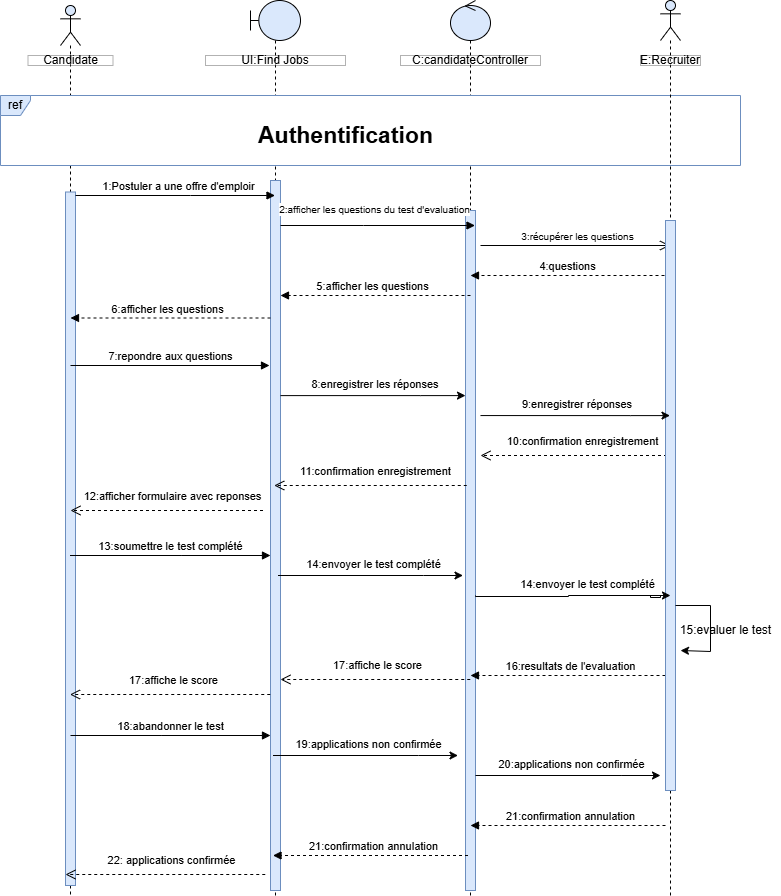
The draw.io diagram Diagramme sequence Participer à des tests dévaluation.drawio.png in chirine1/-project, before a commit. Source tidied: cells renumbered, new cells last; positions are measured from the earlier drawing's top-left corner, leaving out a move shared by most shapes.
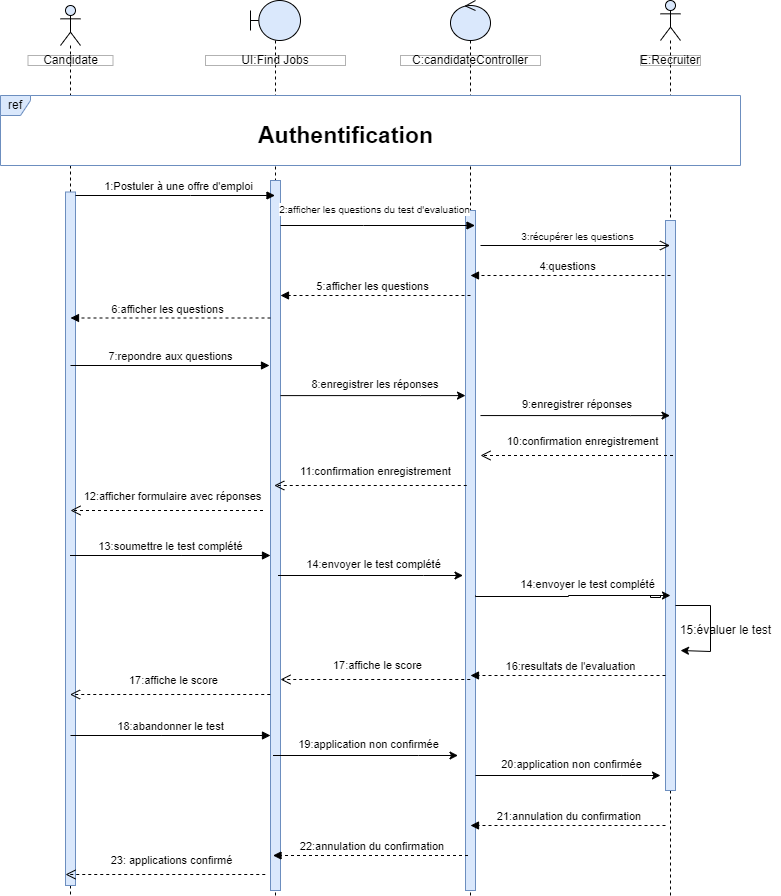
The same diagram one commit later.

Commit message:
Mettre à jour Diagramme sequence Participer à des tests dévaluation.drawio.png

What changed in the source:
```diff
@@ -2,6 +2,12 @@
   <root>
     <mxCell id="0" />
     <mxCell id="1" parent="0" />
+    <mxCell id="24" style="shape=umlLifeline;perimeter=lifelinePerimeter;whiteSpace=wrap;html=1;outlineConnect=0;portConstraint=eastwest;newEdgeStyle={&quot;curved&quot;:0,&quot;rounded&quot;:0};participant=umlActor;fillColor=#dae8fc;strokeColor=default;" parent="1" vertex="1">
+      <mxGeometry x="660" width="20" height="895" as="geometry" />
+    </mxCell>
+    <mxCell id="25" style="html=1;perimeter=orthogonalPerimeter;targetShapes=umlLifeline;newEdgeStyle={&quot;curved&quot;:0,&quot;rounded&quot;:0};fillColor=#dae8fc;strokeColor=#6c8ebf;" parent="24" vertex="1">
+      <mxGeometry x="5" y="220" width="10" height="570" as="geometry" />
+    </mxCell>
     <mxCell id="2" style="shape=umlLifeline;perimeter=lifelinePerimeter;whiteSpace=wrap;html=1;outlineConnect=0;portConstraint=eastwest;newEdgeStyle={&quot;curved&quot;:0,&quot;rounded&quot;:0};participant=umlBoundary;fillColor=#dae8fc;strokeColor=default;" parent="1" vertex="1">
       <mxGeometry x="250" width="50" height="895" as="geometry" />
     </mxCell>
@@ -26,6 +32,9 @@
         <mxPoint x="470" y="275" as="targetPoint" />
       </mxGeometry>
     </mxCell>
+    <mxCell id="13" value="ref" style="shape=umlFrame;whiteSpace=wrap;html=1;fillColor=#dae8fc;strokeColor=#6c8ebf;width=30;height=20;swimlaneFillColor=default;" parent="1" vertex="1">
+      <mxGeometry y="95" width="740" height="70" as="geometry" />
+    </mxCell>
     <mxCell id="9" value="Candidate" style="html=1;whiteSpace=wrap;opacity=30;gradientColor=none;fillColor=default;fillStyle=auto;rounded=0;" parent="1" vertex="1">
       <mxGeometry x="27.5" y="55" width="85" height="10" as="geometry" />
     </mxCell>
@@ -35,7 +44,7 @@
     <mxCell id="11" value="C:candidateController" style="html=1;whiteSpace=wrap;opacity=30;gradientColor=none;fillColor=default;fillStyle=auto;rounded=0;" parent="1" vertex="1">
       <mxGeometry x="400" y="55" width="140" height="10" as="geometry" />
     </mxCell>
-    <mxCell id="12" value="1:Postuler a une offre d'emploir" style="html=1;verticalAlign=bottom;endArrow=block;curved=0;rounded=0;" parent="1" edge="1" target="2">
+    <mxCell id="12" value="1:Postuler à une offre d'emploi" style="html=1;verticalAlign=bottom;endArrow=block;curved=0;rounded=0;" parent="1" edge="1" target="2">
       <mxGeometry x="0.03" relative="1" as="geometry">
         <mxPoint x="75" y="195" as="sourcePoint" />
         <Array as="points">
@@ -43,9 +52,6 @@
         </Array>
       </mxGeometry>
     </mxCell>
-    <mxCell id="13" value="ref" style="shape=umlFrame;whiteSpace=wrap;html=1;fillColor=#dae8fc;strokeColor=#6c8ebf;width=30;height=20;swimlaneFillColor=default;" parent="1" vertex="1">
-      <mxGeometry y="95" width="740" height="70" as="geometry" />
-    </mxCell>
     <mxCell id="14" value="&lt;font style=&quot;font-size: 10px;&quot;&gt;&lt;font style=&quot;font-size: 10px;&quot;&gt;2:&lt;/font&gt;&lt;font style=&quot;font-size: 10px;&quot;&gt;afficher les questions du test d'evaluation&lt;/font&gt;&lt;/font&gt;" style="html=1;verticalAlign=bottom;endArrow=block;curved=0;rounded=0;" parent="1" edge="1">
       <mxGeometry x="-0.03" y="7" relative="1" as="geometry">
         <mxPoint x="280" y="225" as="sourcePoint" />
@@ -117,12 +123,6 @@
         </Array>
       </mxGeometry>
     </mxCell>
-    <mxCell id="24" style="shape=umlLifeline;perimeter=lifelinePerimeter;whiteSpace=wrap;html=1;outlineConnect=0;portConstraint=eastwest;newEdgeStyle={&quot;curved&quot;:0,&quot;rounded&quot;:0};participant=umlActor;fillColor=#dae8fc;strokeColor=default;" parent="1" vertex="1">
-      <mxGeometry x="660" width="20" height="895" as="geometry" />
-    </mxCell>
-    <mxCell id="25" style="html=1;perimeter=orthogonalPerimeter;targetShapes=umlLifeline;newEdgeStyle={&quot;curved&quot;:0,&quot;rounded&quot;:0};fillColor=#dae8fc;strokeColor=#6c8ebf;" parent="24" vertex="1">
-      <mxGeometry x="5" y="220" width="10" height="570" as="geometry" />
-    </mxCell>
     <mxCell id="26" value="E:Recruiter" style="html=1;whiteSpace=wrap;opacity=30;gradientColor=none;fillColor=default;fillStyle=auto;rounded=0;" parent="1" vertex="1">
       <mxGeometry x="640" y="55" width="60" height="10" as="geometry" />
     </mxCell>
@@ -172,7 +172,7 @@
         <mxPoint x="273.8" y="485" as="targetPoint" />
       </mxGeometry>
     </mxCell>
-    <mxCell id="34" value="&lt;div style=&quot;text-align: left;&quot;&gt;12:afficher formulaire avec reponses&lt;/div&gt;" style="html=1;verticalAlign=bottom;endArrow=open;dashed=1;endSize=8;curved=0;rounded=0;" parent="1" edge="1">
+    <mxCell id="34" value="&lt;div style=&quot;text-align: left;&quot;&gt;12:afficher formulaire avec réponses&lt;/div&gt;" style="html=1;verticalAlign=bottom;endArrow=open;dashed=1;endSize=8;curved=0;rounded=0;" parent="1" edge="1">
       <mxGeometry x="-0.06" y="-5" relative="1" as="geometry">
         <mxPoint x="262.5" y="510" as="sourcePoint" />
         <mxPoint x="70" y="510" as="targetPoint" />
@@ -198,7 +198,7 @@
         <mxPoint x="6" y="-13" as="offset" />
       </mxGeometry>
     </mxCell>
-    <mxCell id="37" value="15:evaluer le test" style="text;html=1;align=center;verticalAlign=middle;strokeColor=none;fillColor=none;" parent="1" vertex="1">
+    <mxCell id="37" value="15:évaluer le test" style="text;html=1;align=center;verticalAlign=middle;strokeColor=none;fillColor=none;" parent="1" vertex="1">
       <mxGeometry x="670" y="615" width="110" height="30" as="geometry" />
     </mxCell>
     <mxCell id="38" value="&lt;div style=&quot;text-align: left;&quot;&gt;17:affiche le score&amp;nbsp;&amp;nbsp;&lt;/div&gt;" style="html=1;verticalAlign=bottom;endArrow=open;dashed=1;endSize=8;curved=0;rounded=0;" parent="1" edge="1" target="6">
@@ -227,12 +227,12 @@
         </Array>
       </mxGeometry>
     </mxCell>
-    <mxCell id="41" value="19:applications non confirmée" style="edgeLabel;html=1;align=center;verticalAlign=middle;" parent="40" vertex="1">
+    <mxCell id="41" value="19:application non confirmée" style="edgeLabel;html=1;align=center;verticalAlign=middle;" parent="40" vertex="1">
       <mxGeometry x="-0.03" y="-1" relative="1" as="geometry">
         <mxPoint x="6" y="-13" as="offset" />
       </mxGeometry>
     </mxCell>
-    <mxCell id="42" value="21:confirmation annulation" style="html=1;verticalAlign=bottom;endArrow=block;curved=0;rounded=0;dashed=1;" parent="1" edge="1">
+    <mxCell id="42" value="21:annulation du confirmation&amp;nbsp;" style="html=1;verticalAlign=bottom;endArrow=block;curved=0;rounded=0;dashed=1;" parent="1" edge="1">
       <mxGeometry x="-0.02" relative="1" as="geometry">
         <mxPoint x="665" y="825" as="sourcePoint" />
         <mxPoint x="470" y="825" as="targetPoint" />
@@ -241,7 +241,7 @@
         </Array>
       </mxGeometry>
     </mxCell>
-    <mxCell id="43" value="&lt;div style=&quot;text-align: left;&quot;&gt;22: applications confirmée&lt;/div&gt;" style="html=1;verticalAlign=bottom;endArrow=open;dashed=1;endSize=8;curved=0;rounded=0;" parent="1" edge="1">
+    <mxCell id="43" value="&lt;div style=&quot;text-align: left;&quot;&gt;23: applications confirmé&lt;/div&gt;" style="html=1;verticalAlign=bottom;endArrow=open;dashed=1;endSize=8;curved=0;rounded=0;" parent="1" edge="1">
       <mxGeometry x="-0.06" y="-5" relative="1" as="geometry">
         <mxPoint x="264.8" y="874" as="sourcePoint" />
         <mxPoint x="65" y="874" as="targetPoint" />
@@ -260,12 +260,12 @@
         </Array>
       </mxGeometry>
     </mxCell>
-    <mxCell id="45" value="20:applications non confirmée" style="edgeLabel;html=1;align=center;verticalAlign=middle;" parent="44" vertex="1">
+    <mxCell id="45" value="20:application non confirmée" style="edgeLabel;html=1;align=center;verticalAlign=middle;" parent="44" vertex="1">
       <mxGeometry x="-0.03" y="-1" relative="1" as="geometry">
         <mxPoint x="6" y="-13" as="offset" />
       </mxGeometry>
     </mxCell>
-    <mxCell id="46" value="21:confirmation annulation" style="html=1;verticalAlign=bottom;endArrow=block;curved=0;rounded=0;dashed=1;" parent="1" edge="1">
+    <mxCell id="46" value="22:annulation du confirmation&amp;nbsp;" style="html=1;verticalAlign=bottom;endArrow=block;curved=0;rounded=0;dashed=1;" parent="1" edge="1">
       <mxGeometry x="-0.02" relative="1" as="geometry">
         <mxPoint x="467.5" y="855" as="sourcePoint" />
         <mxPoint x="272.5" y="855" as="targetPoint" />
```
